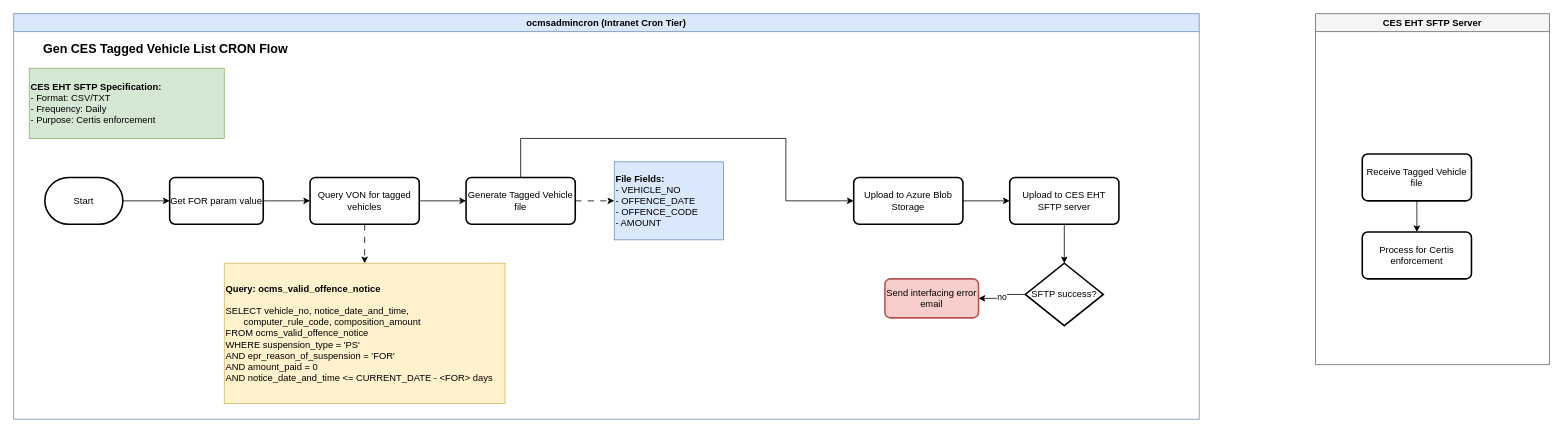
Earlier version of the draw.io diagram page "9_CES_EHT_Tagged_Vehicles" (9 of 10) of OCMS 14/Section 2/OCMS14-Technical_Flowchart_Section_2.drawio (rafifmgg/techdoc). Source tidied: cells renumbered, new cells numbered last; positions are measured from the earlier drawing's top-left corner, leaving out a move shared by most shapes. Both pictures are drawn from the tidied source at 78%, with x=0, y=0 at pixel (13, 13).
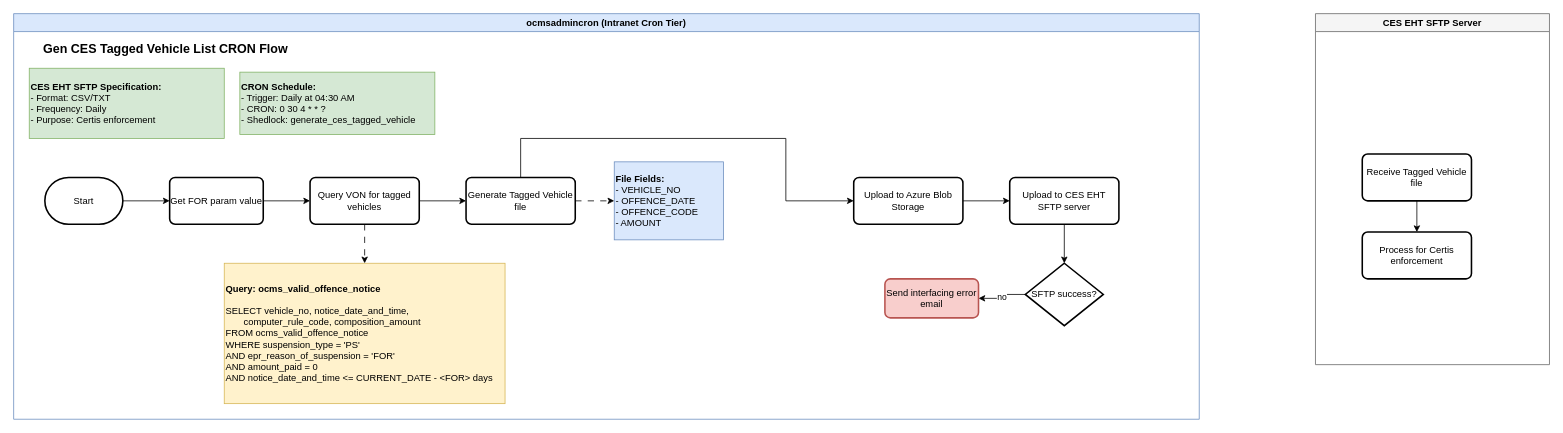
After the change.

Unchanged cells that the change refers to:
```xml
<mxCell id="2" value="ocmsadmincron (Intranet Cron Tier)" style="swimlane;whiteSpace=wrap;html=1;fillColor=#dae8fc;strokeColor=#6c8ebf;" parent="1" vertex="1">
  <mxGeometry width="1520" height="520" as="geometry" />
</mxCell>
```

The edit, as a diff of the source:
```diff
@@
+    <mxCell id="28" value="&lt;b&gt;CRON Schedule:&lt;/b&gt;&lt;div&gt;- Trigger: Daily at 04:30 AM&lt;/div&gt;&lt;div&gt;- CRON: 0 30 4 * * ?&lt;/div&gt;&lt;div&gt;- Shedlock: generate_ces_tagged_vehicle&lt;/div&gt;" style="rounded=0;whiteSpace=wrap;html=1;align=left;strokeColor=#82b366;fillColor=#d5e8d4;" parent="2" vertex="1">
+      <mxGeometry x="290" y="75" width="250" height="80" as="geometry" />
+    </mxCell>
```
